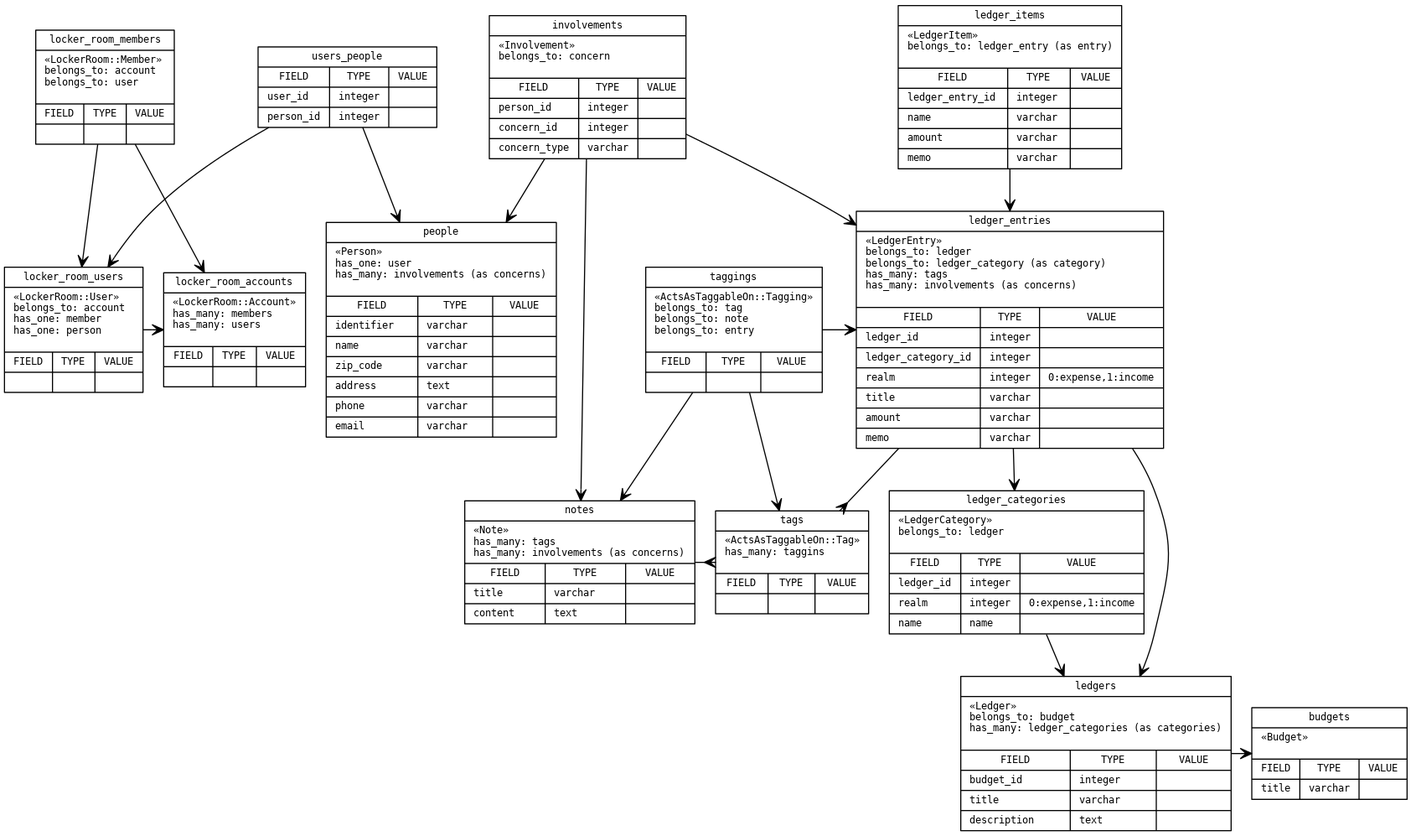
Above: doc/er.png in grauwoelfchen/clerkdesk (Graphviz), before the change. Its source is kept beside it as doc/er.dot.
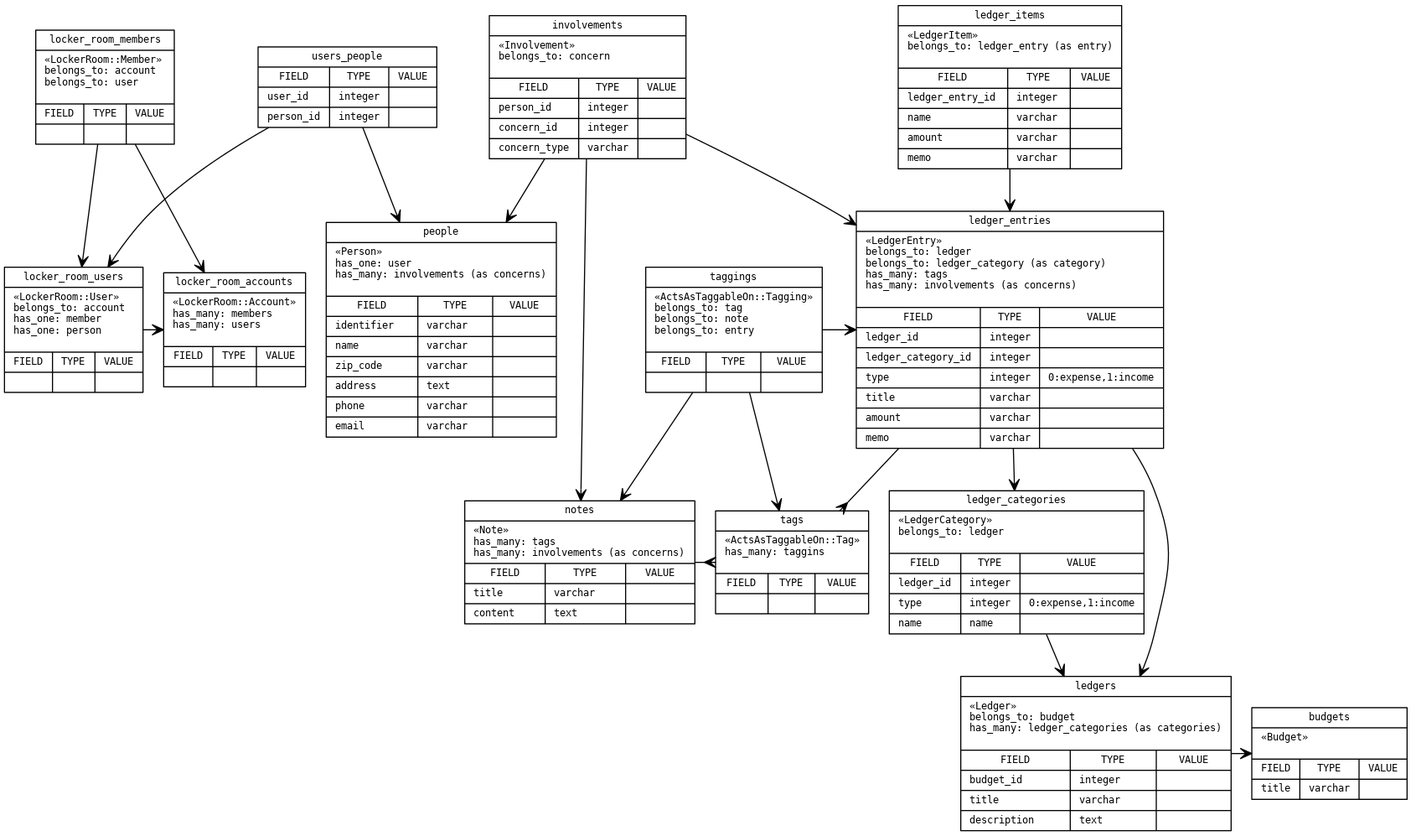
After the commit.

What changed in the source:
```diff
@@ -84,7 +84,7 @@
 
   LedgerCategory [
     label = "{ledger_categories|«LedgerCategory»\lbelongs_to: ledger\l\n|{ \
-    {FIELD|ledger_id\l|realm\l|name\l}| \
+      {FIELD|ledger_id\l|type\l|name\l}| \
       {TYPE|integer\l|integer\l|name\l}| \
       {VALUE|\r|0:expense,1:income\r|\r} \
     }}"
@@ -92,7 +92,7 @@
 
   LedgerEntry [
     label = "{ledger_entries|«LedgerEntry»\lbelongs_to: ledger\lbelongs_to: ledger_category (as category)\lhas_many: tags\lhas_many: involvements (as concerns)\l\n|{ \
-    {FIELD|ledger_id\l|ledger_category_id\l|realm\l|title\l|amount\l|memo\l}| \
+      {FIELD|ledger_id\l|ledger_category_id\l|type\l|title\l|amount\l|memo\l}| \
       {TYPE|integer\l|integer\l|integer\l|varchar\l|varchar\l|varchar\l}| \
       {VALUE|\r|\r|0:expense,1:income\r|\r|\r|\r} \
     }}"
```
